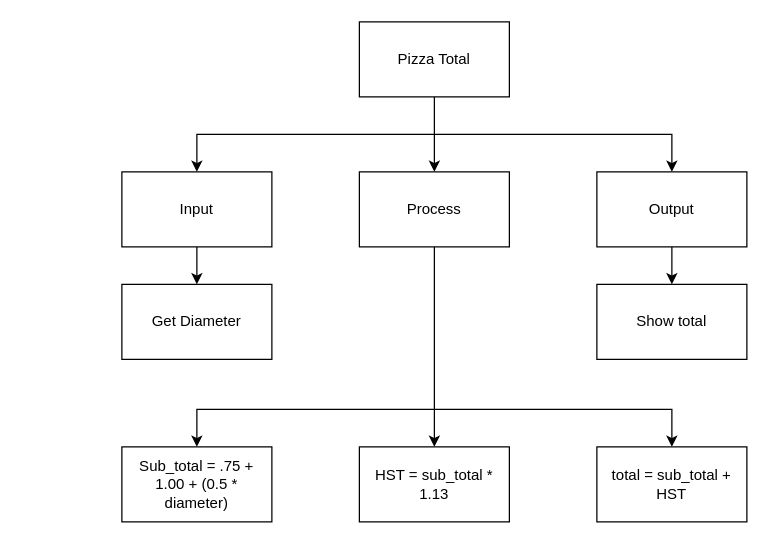
The draw.io diagram Draw.io/topdown.drawio in Peter-Gemmell/ICS3U-Assignment-7-Python, before the edit. Source tidied: cells renumbered, new cells numbered last; positions are measured from the earlier drawing's top-left corner, leaving out a move shared by most shapes. Both pictures are drawn from the tidied source at 125%, with x=0, y=0 at pixel (121, 21).
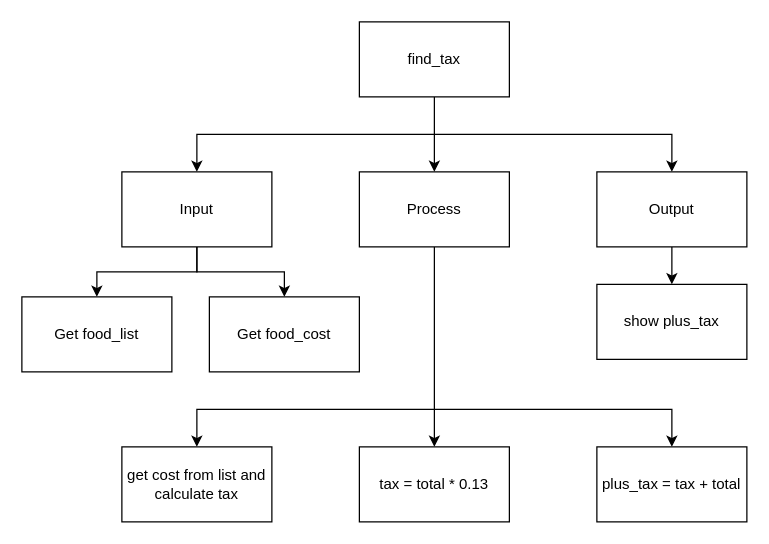
The same page after the edit.

The change refers to these unchanged cells:
```xml
<mxCell id="7" value="Input" style="rounded=0;whiteSpace=wrap;html=1;" parent="1" vertex="1">
  <mxGeometry y="120" width="120" height="60" as="geometry" />
</mxCell>
```

Change to the diagram source:
```diff
@@
-    <mxCell id="5" value="Pizza Total" style="rounded=0;whiteSpace=wrap;html=1;" parent="1" vertex="1">
+    <mxCell id="5" value="find_tax" style="rounded=0;whiteSpace=wrap;html=1;" parent="1" vertex="1">
       <mxGeometry x="190" width="120" height="60" as="geometry" />
     </mxCell>
-    <mxCell id="6" style="edgeStyle=none;rounded=0;html=1;" parent="1" edge="1" source="7" target="14">
-      <mxGeometry relative="1" as="geometry" />
+    <mxCell id="6" style="edgeStyle=none;html=1;exitX=0.5;exitY=1;exitDx=0;exitDy=0;entryX=0.5;entryY=0;entryDx=0;entryDy=0;rounded=0;" parent="1" edge="1" source="7" target="14">
+      <mxGeometry relative="1" as="geometry">
+        <Array as="points">
+          <mxPoint x="60" y="200" />
+          <mxPoint x="-20" y="200" />
+        </Array>
+      </mxGeometry>
     </mxCell>
+    <mxCell id="19" style="edgeStyle=none;html=1;entryX=0.5;entryY=0;entryDx=0;entryDy=0;exitX=0.5;exitY=1;exitDx=0;exitDy=0;rounded=0;" parent="1" edge="1" source="7" target="20">
+      <mxGeometry relative="1" as="geometry">
+        <Array as="points">
+          <mxPoint x="60" y="200" />
+          <mxPoint x="130" y="200" />
+        </Array>
+      </mxGeometry>
+    </mxCell>
@@
-    <mxCell id="14" value="Get Diameter" style="rounded=0;whiteSpace=wrap;html=1;" parent="1" vertex="1">
-      <mxGeometry y="210" width="120" height="60" as="geometry" />
+    <mxCell id="14" value="Get food_list" style="rounded=0;whiteSpace=wrap;html=1;" parent="1" vertex="1">
+      <mxGeometry x="-80" y="220" width="120" height="60" as="geometry" />
     </mxCell>
-    <mxCell id="15" value="Show total" style="rounded=0;whiteSpace=wrap;html=1;" parent="1" vertex="1">
+    <mxCell id="15" value="show plus_tax" style="rounded=0;whiteSpace=wrap;html=1;" parent="1" vertex="1">
       <mxGeometry x="380" y="210" width="120" height="60" as="geometry" />
     </mxCell>
-    <mxCell id="16" value="HST = sub_total * 1.13" style="rounded=0;whiteSpace=wrap;html=1;" parent="1" vertex="1">
+    <mxCell id="16" value="tax = total * 0.13" style="rounded=0;whiteSpace=wrap;html=1;" parent="1" vertex="1">
       <mxGeometry x="190" y="340" width="120" height="60" as="geometry" />
     </mxCell>
-    <mxCell id="17" value="Sub_total = .75 + 1.00 + (0.5 * diameter)" style="rounded=0;whiteSpace=wrap;html=1;" parent="1" vertex="1">
+    <mxCell id="17" value="get cost from list and calculate tax" style="rounded=0;whiteSpace=wrap;html=1;" parent="1" vertex="1">
       <mxGeometry y="340" width="120" height="60" as="geometry" />
     </mxCell>
-    <mxCell id="18" value="total = sub_total + HST" style="rounded=0;whiteSpace=wrap;html=1;" parent="1" vertex="1">
+    <mxCell id="18" value="plus_tax = tax + total" style="rounded=0;whiteSpace=wrap;html=1;" parent="1" vertex="1">
       <mxGeometry x="380" y="340" width="120" height="60" as="geometry" />
     </mxCell>
+    <mxCell id="20" value="Get food_cost" style="rounded=0;whiteSpace=wrap;html=1;" parent="1" vertex="1">
+      <mxGeometry x="70" y="220" width="120" height="60" as="geometry" />
+    </mxCell>
```
